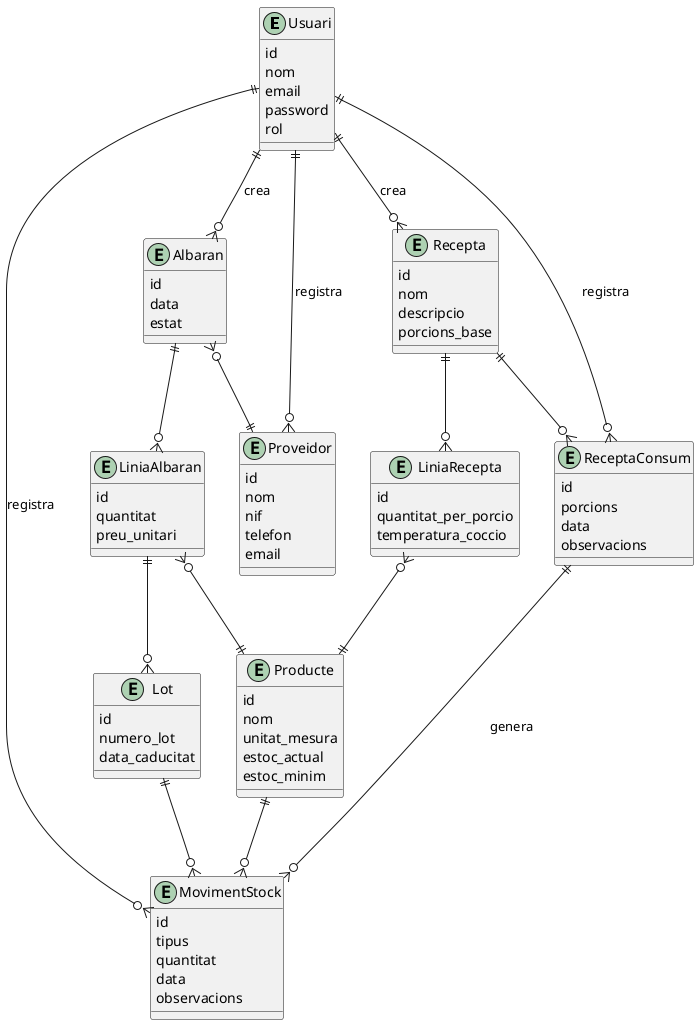
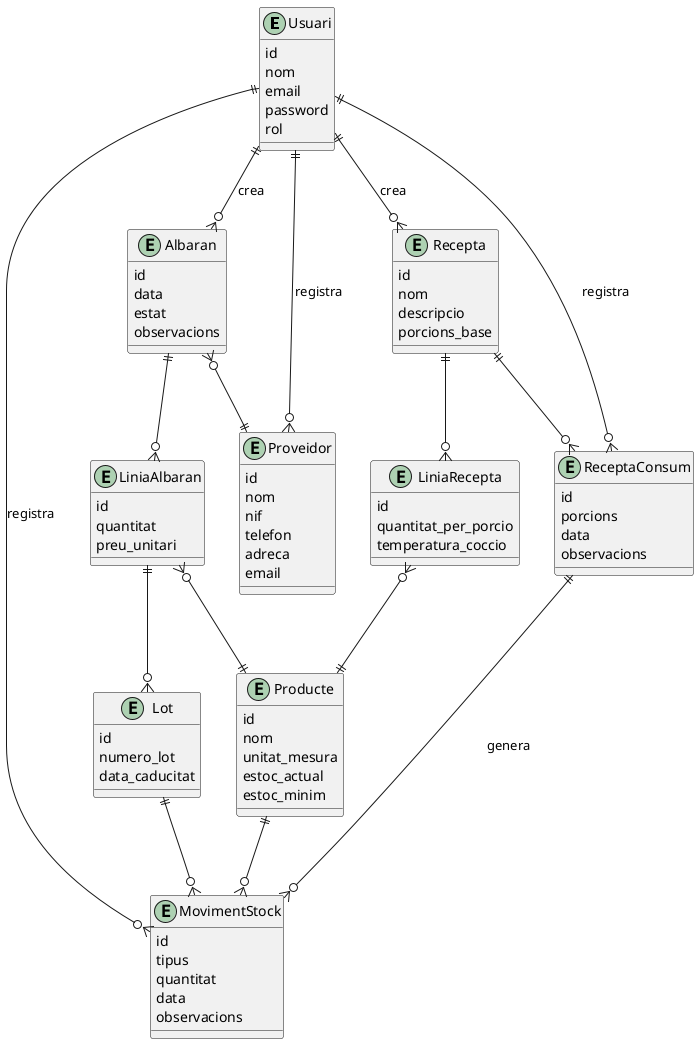
"@startuml vitalis"
entity "Usuari" as Usuari {
  id
  nom
  email
  password
  rol
}
entity "Albaran" as Albaran {
  id
  data
  estat
+   observacions
}
entity "Proveidor" as Proveidor {
  id
  nom
  nif
  telefon
+   adreca
  email
}
entity "LiniaAlbaran" as LiniaAlbaran {
  id
  quantitat
  preu_unitari
}
entity "Producte" as Producte {
  id
  nom
  unitat_mesura
  estoc_actual
  estoc_minim
}
entity "Lot" as Lot {
  id
  numero_lot
  data_caducitat
}
entity "MovimentStock" as MovimentStock {
  id
  tipus
  quantitat
  data
  observacions
}
entity "Recepta" as Recepta {
  id
  nom
  descripcio
  porcions_base
}
entity "LiniaRecepta" as LiniaRecepta {
  id
  quantitat_per_porcio
  temperatura_coccio
}
entity "ReceptaConsum" as ReceptaConsum {
  id
  porcions
  data
  observacions
}

' Relacions originals
Usuari ||--o{ Albaran : "crea"
Albaran }o--|| Proveidor : ""
Usuari ||--o{ Proveidor : "registra"
Albaran ||--o{ LiniaAlbaran : ""
LiniaAlbaran }o--|| Producte : ""
LiniaAlbaran ||--o{ Lot : ""

' Relacions d'estoc
Producte ||--o{ MovimentStock : ""
Lot ||--o{ MovimentStock : ""
Usuari ||--o{ MovimentStock : "registra"

' Relacions de receptes
Usuari ||--o{ Recepta : "crea"
Recepta ||--o{ LiniaRecepta : ""
LiniaRecepta }o--|| Producte : ""
Usuari ||--o{ ReceptaConsum : "registra"
Recepta ||--o{ ReceptaConsum : ""
ReceptaConsum ||--o{ MovimentStock : "genera"
@enduml